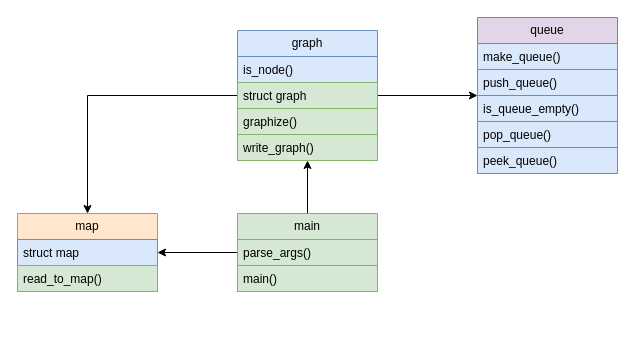
This is preprocessor/pp_modules.drawio from ATTWGRAT/A-MAZE-ING, a draw.io file, before an edit. Source tidied: cells renumbered, new cells numbered last; positions are measured from the earlier drawing's top-left corner, leaving out a move shared by most shapes. Both pictures are drawn from the tidied source at 100%, with x=0, y=0 at pixel (17, 17).
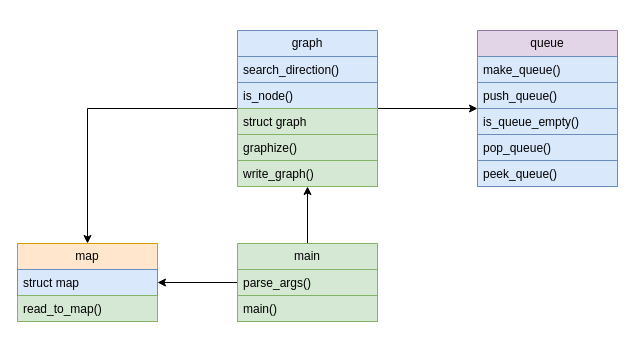
After the change.

What changed in the source:
```diff
@@
     <mxCell id="4" value="main" style="swimlane;fontStyle=0;horizontal=1;startSize=26;fillColor=#d5e8d4;whiteSpace=wrap;html=1;strokeColor=#82b366;" parent="1" vertex="1">
-      <mxGeometry x="220" y="196" width="140" height="78" as="geometry" />
+      <mxGeometry x="220" y="226" width="140" height="78" as="geometry" />
     </mxCell>
@@
     <mxCell id="7" value="map" style="swimlane;fontStyle=0;horizontal=1;startSize=26;fillColor=#ffe6cc;whiteSpace=wrap;html=1;strokeColor=#d79b00;" parent="1" vertex="1">
-      <mxGeometry y="196" width="140" height="78" as="geometry" />
+      <mxGeometry y="226" width="140" height="78" as="geometry" />
     </mxCell>
@@
     <mxCell id="12" value="graph" style="swimlane;fontStyle=0;horizontal=1;startSize=26;fillColor=#dae8fc;whiteSpace=wrap;html=1;strokeColor=#6c8ebf;" parent="1" vertex="1">
-      <mxGeometry x="220" y="13" width="140" height="130" as="geometry" />
+      <mxGeometry x="220" y="13" width="140" height="156" as="geometry" />
     </mxCell>
+    <mxCell id="23" value="search_direction()" style="text;strokeColor=#6c8ebf;fillColor=#dae8fc;align=left;verticalAlign=top;spacingLeft=4;spacingRight=4;overflow=hidden;whiteSpace=wrap;html=1;" parent="12" vertex="1">
+      <mxGeometry y="26" width="140" height="26" as="geometry" />
+    </mxCell>
     <mxCell id="13" value="is_node()" style="text;strokeColor=#6c8ebf;fillColor=#dae8fc;align=left;verticalAlign=top;spacingLeft=4;spacingRight=4;overflow=hidden;whiteSpace=wrap;html=1;" parent="12" vertex="1">
-      <mxGeometry y="26" width="140" height="26" as="geometry" />
+      <mxGeometry y="52" width="140" height="26" as="geometry" />
     </mxCell>
     <mxCell id="14" value="struct graph" style="text;strokeColor=#82b366;fillColor=#d5e8d4;align=left;verticalAlign=top;spacingLeft=4;spacingRight=4;overflow=hidden;whiteSpace=wrap;html=1;" parent="12" vertex="1">
-      <mxGeometry y="52" width="140" height="26" as="geometry" />
+      <mxGeometry y="78" width="140" height="26" as="geometry" />
     </mxCell>
     <mxCell id="15" value="graphize()" style="text;strokeColor=#82b366;fillColor=#d5e8d4;align=left;verticalAlign=top;spacingLeft=4;spacingRight=4;overflow=hidden;whiteSpace=wrap;html=1;" parent="12" vertex="1">
-      <mxGeometry y="78" width="140" height="26" as="geometry" />
+      <mxGeometry y="104" width="140" height="26" as="geometry" />
     </mxCell>
     <mxCell id="16" value="write_graph()" style="text;strokeColor=#82b366;fillColor=#d5e8d4;align=left;verticalAlign=top;spacingLeft=4;spacingRight=4;overflow=hidden;whiteSpace=wrap;html=1;" parent="12" vertex="1">
-      <mxGeometry y="104" width="140" height="26" as="geometry" />
+      <mxGeometry y="130" width="140" height="26" as="geometry" />
     </mxCell>
     <mxCell id="17" value="queue" style="swimlane;fontStyle=0;horizontal=1;startSize=26;fillColor=#e1d5e7;whiteSpace=wrap;html=1;strokeColor=#9673a6;" parent="1" vertex="1">
-      <mxGeometry x="460" width="140" height="156" as="geometry" />
+      <mxGeometry x="460" y="13" width="140" height="156" as="geometry" />
     </mxCell>
```
